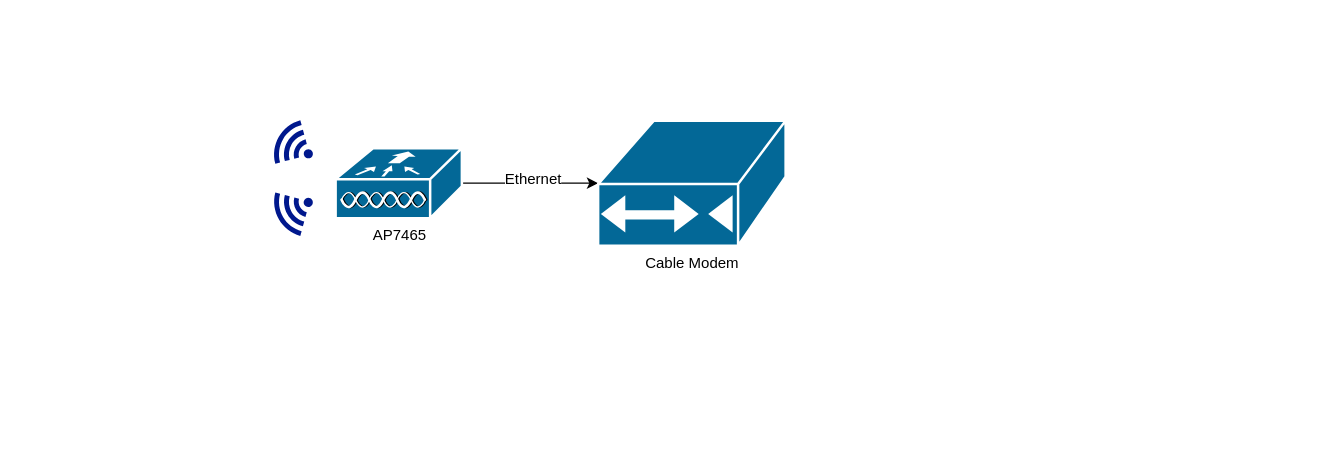
Before: page "Framework" (1 of 3) of AP7465CE.drawio in nelsonchung/drawio, a draw.io diagram. Source tidied: cells renumbered, new cells numbered last; positions are measured from the earlier drawing's top-left corner, leaving out a move shared by most shapes. Both pictures are drawn from the tidied source at 125%, with x=0, y=0 at pixel (269, 120).
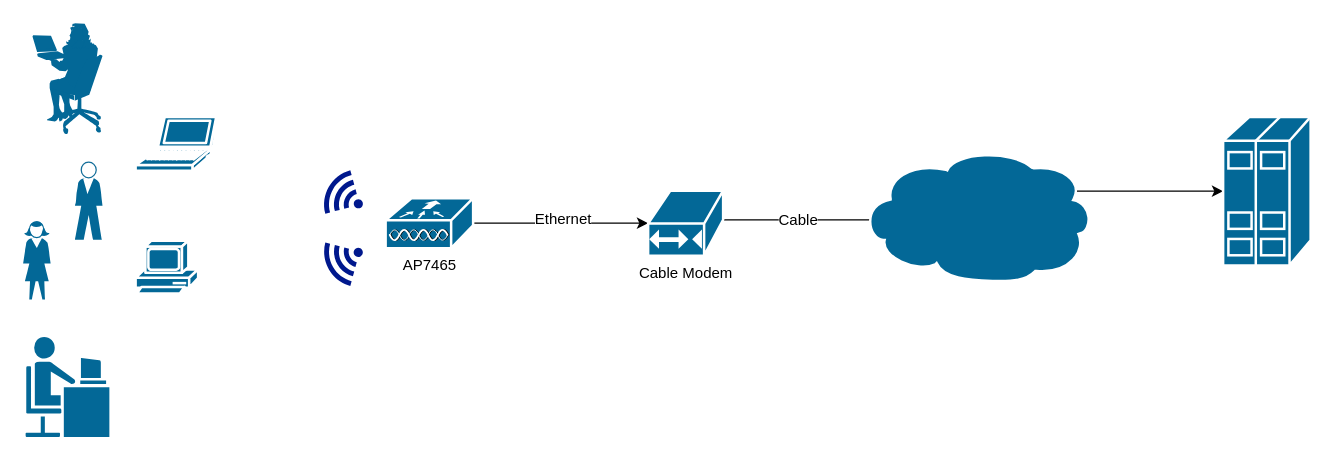
Above is the later version.

Commit message:
Add the sheet - Framework

Change to the diagram source:
```diff
@@
 <mxGraphModel>
   <root>
-    <mxCell id="0" />
-    <mxCell id="1" parent="0" />
+    <mxCell id="8" />
+    <mxCell id="9" parent="8" />
-    <mxCell id="2" style="edgeStyle=orthogonalEdgeStyle;rounded=0;jettySize=auto;html=1;exitX=1;exitY=0.5;exitDx=0;exitDy=0;exitPerimeter=0;" parent="1" edge="1" source="4" target="5">
+    <mxCell id="2" style="edgeStyle=orthogonalEdgeStyle;rounded=0;jettySize=auto;html=1;exitX=1;exitY=0.5;exitDx=0;exitDy=0;exitPerimeter=0;" parent="9" edge="1" source="4" target="5">
       <mxGeometry relative="1" as="geometry" />
     </mxCell>
     <mxCell id="3" value="Ethernet" style="text;html=1;align=center;verticalAlign=middle;labelBackgroundColor=#ffffff;" parent="2" vertex="1">
       <mxGeometry x="0.02" y="4" relative="1" as="geometry" />
     </mxCell>
-    <mxCell id="4" value="AP7465" style="shape=mxgraph.cisco.wireless.wlan_controller;html=1;dashed=0;fillColor=#036897;strokeColor=#ffffff;strokeWidth=2;verticalLabelPosition=bottom;verticalAlign=top;align=center;outlineConnect=0;" parent="1" vertex="1">
-      <mxGeometry x="53" y="22" width="101" height="56" as="geometry" />
+    <mxCell id="4" value="AP7465" style="shape=mxgraph.cisco.wireless.wlan_controller;html=1;dashed=0;fillColor=#036897;strokeColor=#ffffff;strokeWidth=2;verticalLabelPosition=bottom;verticalAlign=top;align=center;outlineConnect=0;" parent="9" vertex="1">
+      <mxGeometry x="93" y="62" width="70" height="40" as="geometry" />
     </mxCell>
+    <mxCell id="10" style="edgeStyle=orthogonalEdgeStyle;rounded=0;jettySize=auto;html=1;exitX=1;exitY=0.45;exitDx=0;exitDy=0;exitPerimeter=0;" parent="9" edge="1" source="5" target="20">
+      <mxGeometry relative="1" as="geometry" />
+    </mxCell>
+    <mxCell id="11" value="Cable" style="text;html=1;align=center;verticalAlign=middle;labelBackgroundColor=#ffffff;" parent="10" vertex="1">
+      <mxGeometry x="-0.72" relative="1" as="geometry" />
+    </mxCell>
-    <mxCell id="5" value="Cable Modem" style="shape=mxgraph.cisco.modems_and_phones.cable_modem;html=1;dashed=0;fillColor=#036897;strokeColor=#ffffff;strokeWidth=2;verticalLabelPosition=bottom;verticalAlign=top;align=center;outlineConnect=0;" parent="1" vertex="1">
-      <mxGeometry x="263" width="150" height="100" as="geometry" />
+    <mxCell id="5" value="Cable Modem" style="shape=mxgraph.cisco.modems_and_phones.cable_modem;html=1;dashed=0;fillColor=#036897;strokeColor=#ffffff;strokeWidth=2;verticalLabelPosition=bottom;verticalAlign=top;align=center;outlineConnect=0;" parent="9" vertex="1">
+      <mxGeometry x="303" y="56" width="60" height="52" as="geometry" />
     </mxCell>
-    <mxCell id="6" style="shadow=0;dashed=0;html=1;strokeColor=none;labelPosition=center;verticalLabelPosition=bottom;verticalAlign=top;align=center;fillColor=#00188D;shape=mxgraph.mscae.enterprise.wireless_connection;rotation=-150;" parent="1" vertex="1">
-      <mxGeometry x="3" width="33.6" height="40" as="geometry" />
-    </mxCell>
-    <mxCell id="7" style="shadow=0;dashed=0;html=1;strokeColor=none;labelPosition=center;verticalLabelPosition=bottom;verticalAlign=top;align=center;fillColor=#00188D;shape=mxgraph.mscae.enterprise.wireless_connection;rotation=60;direction=south;" parent="1" vertex="1">
-      <mxGeometry x="-0.2" y="55.2" width="40" height="33.6" as="geometry" />
-    </mxCell>
+    <mxCell id="12" style="shadow=0;dashed=0;html=1;strokeColor=none;labelPosition=center;verticalLabelPosition=bottom;verticalAlign=top;align=center;fillColor=#00188D;shape=mxgraph.mscae.enterprise.wireless_connection;rotation=-150;" parent="9" vertex="1">
+      <mxGeometry x="43" y="40" width="33.6" height="40" as="geometry" />
+    </mxCell>
+    <mxCell id="13" style="shadow=0;dashed=0;html=1;strokeColor=none;labelPosition=center;verticalLabelPosition=bottom;verticalAlign=top;align=center;fillColor=#00188D;shape=mxgraph.mscae.enterprise.wireless_connection;rotation=60;direction=south;" parent="9" vertex="1">
+      <mxGeometry x="39.8" y="95.2" width="40" height="33.6" as="geometry" />
+    </mxCell>
+    <mxCell id="14" style="shape=mxgraph.cisco.computers_and_peripherals.pc;html=1;dashed=0;fillColor=#036897;strokeColor=#ffffff;strokeWidth=2;verticalLabelPosition=bottom;verticalAlign=top;align=center;" parent="9" vertex="1">
+      <mxGeometry x="-107" y="96" width="50" height="44" as="geometry" />
+    </mxCell>
+    <mxCell id="15" style="shape=mxgraph.cisco.computers_and_peripherals.laptop;html=1;dashed=0;fillColor=#036897;strokeColor=#ffffff;strokeWidth=2;verticalLabelPosition=bottom;verticalAlign=top;align=center;" parent="9" vertex="1">
+      <mxGeometry x="-107" y="-3" width="66" height="43" as="geometry" />
+    </mxCell>
+    <mxCell id="16" style="shape=mxgraph.cisco.people.androgenous_person;html=1;dashed=0;fillColor=#036897;strokeColor=#ffffff;strokeWidth=2;verticalLabelPosition=bottom;verticalAlign=top;align=center;" parent="9" vertex="1">
+      <mxGeometry x="-196" y="172" width="69" height="82" as="geometry" />
+    </mxCell>
+    <mxCell id="17" style="shape=mxgraph.cisco.people.sitting_woman;html=1;dashed=0;fillColor=#036897;strokeColor=#ffffff;strokeWidth=2;verticalLabelPosition=bottom;verticalAlign=top;align=center;" parent="9" vertex="1">
+      <mxGeometry x="-189.5" y="-78" width="56" height="90" as="geometry" />
+    </mxCell>
+    <mxCell id="18" style="shape=mxgraph.cisco.people.standing_woman;html=1;dashed=0;fillColor=#036897;strokeColor=#ffffff;strokeWidth=2;verticalLabelPosition=bottom;verticalAlign=top;align=center;" parent="9" vertex="1">
+      <mxGeometry x="-197" y="81" width="22" height="62" as="geometry" />
+    </mxCell>
+    <mxCell id="19" style="shape=mxgraph.cisco.people.standing_man;html=1;dashed=0;fillColor=#036897;strokeColor=#ffffff;strokeWidth=2;verticalLabelPosition=bottom;verticalAlign=top;align=center;" parent="9" vertex="1">
+      <mxGeometry x="-155.5" y="33.2" width="22" height="62" as="geometry" />
+    </mxCell>
+    <mxCell id="20" style="shape=mxgraph.cisco.servers.standard_host;html=1;dashed=0;fillColor=#036897;strokeColor=#ffffff;strokeWidth=2;verticalLabelPosition=bottom;verticalAlign=top;align=center;outlineConnect=0;" parent="9" vertex="1">
+      <mxGeometry x="763" y="-3" width="70" height="118.8" as="geometry" />
+    </mxCell>
+    <mxCell id="21" style="shape=mxgraph.cisco.storage.cloud;html=1;dashed=0;fillColor=#036897;strokeColor=#ffffff;strokeWidth=2;verticalLabelPosition=bottom;verticalAlign=top;align=center;" parent="9" vertex="1">
+      <mxGeometry x="473" y="22.8" width="186" height="106" as="geometry" />
+    </mxCell>
   </root>
 </mxGraphModel>
```
